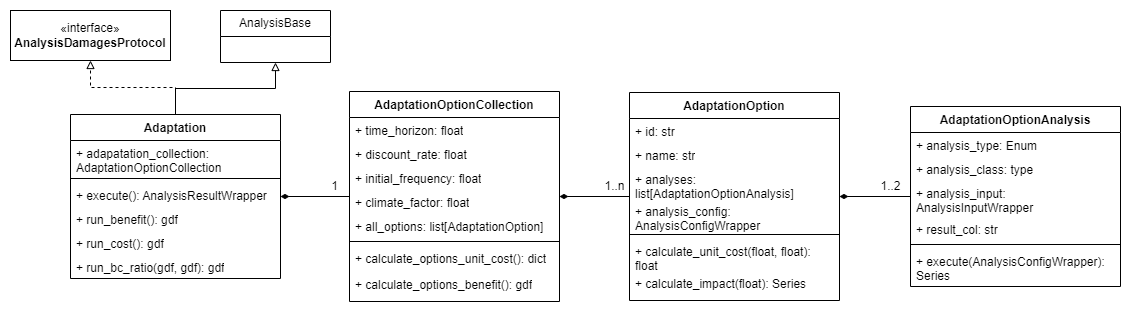
Earlier version of the draw.io export docs/_diagrams/adaptation_class.drawio.png (Deltares/ra2ce). Source tidied: cells renumbered, new cells last; positions are measured from the earlier drawing's top-left corner, leaving out a move shared by most shapes.
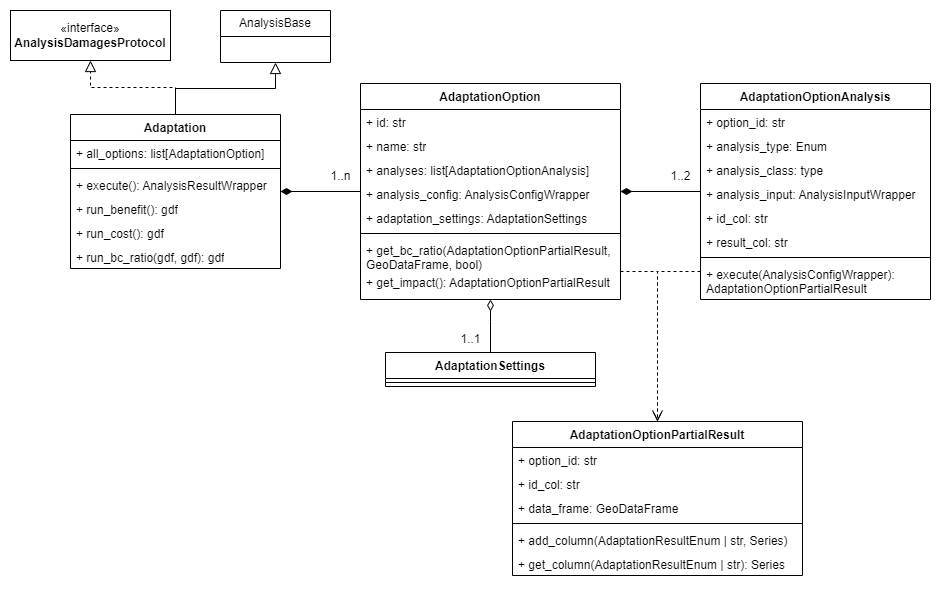
After the change.

Diff of the diagram source:
```diff
@@ -1,123 +1,99 @@
-<mxGraphModel>
+<mxGraphModel background="#ffffff">
   <root>
     <mxCell id="0" />
     <mxCell id="1" parent="0" />
-    <mxCell id="2" style="edgeStyle=orthogonalEdgeStyle;rounded=0;jettySize=auto;html=1;entryX=0.5;entryY=1;entryDx=0;entryDy=0;endArrow=block;endFill=0;" parent="1" edge="1" source="4" target="42">
+    <mxCell id="2" style="edgeStyle=orthogonalEdgeStyle;rounded=0;jettySize=auto;html=1;entryX=0.5;entryY=1;entryDx=0;entryDy=0;endArrow=block;endFill=0;endSize=9;" parent="1" edge="1" source="4" target="42">
       <mxGeometry relative="1" as="geometry" />
     </mxCell>
-    <mxCell id="3" style="edgeStyle=orthogonalEdgeStyle;rounded=0;jettySize=auto;html=1;entryX=0.5;entryY=1;entryDx=0;entryDy=0;dashed=1;endArrow=block;endFill=0;" parent="1" edge="1" source="4" target="41">
+    <mxCell id="3" style="edgeStyle=orthogonalEdgeStyle;rounded=0;jettySize=auto;html=1;entryX=0.5;entryY=1;entryDx=0;entryDy=0;dashed=1;endArrow=block;endFill=0;endSize=9;" parent="1" edge="1" source="4" target="41">
       <mxGeometry relative="1" as="geometry" />
     </mxCell>
     <mxCell id="4" value="Adaptation" style="swimlane;fontStyle=1;align=center;verticalAlign=top;horizontal=1;startSize=26;whiteSpace=wrap;html=1;" parent="1" vertex="1">
-      <mxGeometry x="60" y="104" width="210" height="164" as="geometry" />
+      <mxGeometry x="60" y="104" width="210" height="154" as="geometry" />
     </mxCell>
-    <mxCell id="5" value="+ adapatation_collection: AdaptationOptionCollection" style="text;strokeColor=none;fillColor=none;align=left;verticalAlign=top;spacingLeft=4;spacingRight=4;overflow=hidden;whiteSpace=wrap;html=1;" parent="4" vertex="1">
-      <mxGeometry y="26" width="210" height="34" as="geometry" />
-    </mxCell>
+    <mxCell id="17" value="+ all_options: list[AdaptationOption]" style="text;strokeColor=none;fillColor=none;align=left;verticalAlign=top;spacingLeft=4;spacingRight=4;overflow=hidden;whiteSpace=wrap;html=1;" parent="4" vertex="1">
+      <mxGeometry y="26" width="210" height="24" as="geometry" />
+    </mxCell>
     <mxCell id="6" style="line;strokeWidth=1;fillColor=none;align=left;verticalAlign=middle;spacingTop=-1;spacingLeft=3;spacingRight=3;labelPosition=right;strokeColor=inherit;" parent="4" vertex="1">
-      <mxGeometry y="60" width="210" height="8" as="geometry" />
+      <mxGeometry y="50" width="210" height="8" as="geometry" />
     </mxCell>
     <mxCell id="7" value="+ execute(): AnalysisResultWrapper" style="text;strokeColor=none;fillColor=none;align=left;verticalAlign=top;spacingLeft=4;spacingRight=4;overflow=hidden;whiteSpace=wrap;html=1;" parent="4" vertex="1">
-      <mxGeometry y="68" width="210" height="24" as="geometry" />
+      <mxGeometry y="58" width="210" height="24" as="geometry" />
     </mxCell>
     <mxCell id="8" value="+ run_benefit(): gdf" style="text;strokeColor=none;fillColor=none;align=left;verticalAlign=top;spacingLeft=4;spacingRight=4;overflow=hidden;whiteSpace=wrap;html=1;" parent="4" vertex="1">
-      <mxGeometry y="92" width="210" height="24" as="geometry" />
+      <mxGeometry y="82" width="210" height="24" as="geometry" />
     </mxCell>
     <mxCell id="9" value="+ run_cost(): gdf" style="text;strokeColor=none;fillColor=none;align=left;verticalAlign=top;spacingLeft=4;spacingRight=4;overflow=hidden;whiteSpace=wrap;html=1;" parent="4" vertex="1">
-      <mxGeometry y="116" width="210" height="24" as="geometry" />
+      <mxGeometry y="106" width="210" height="24" as="geometry" />
     </mxCell>
     <mxCell id="10" value="+ run_bc_ratio(gdf, gdf): gdf" style="text;strokeColor=none;fillColor=none;align=left;verticalAlign=top;spacingLeft=4;spacingRight=4;overflow=hidden;whiteSpace=wrap;html=1;" parent="4" vertex="1">
-      <mxGeometry y="140" width="210" height="24" as="geometry" />
+      <mxGeometry y="130" width="210" height="24" as="geometry" />
     </mxCell>
-    <mxCell id="11" style="edgeStyle=orthogonalEdgeStyle;rounded=0;jettySize=auto;html=1;endArrow=diamondThin;endFill=1;" parent="1" edge="1" source="12" target="4">
-      <mxGeometry relative="1" as="geometry" />
-    </mxCell>
-    <mxCell id="12" value="AdaptationOptionCollection" style="swimlane;fontStyle=1;align=center;verticalAlign=top;horizontal=1;startSize=26;whiteSpace=wrap;html=1;" parent="1" vertex="1">
-      <mxGeometry x="339" y="81" width="210" height="210" as="geometry" />
-    </mxCell>
-    <mxCell id="13" value="+ time_horizon: float" style="text;strokeColor=none;fillColor=none;align=left;verticalAlign=top;spacingLeft=4;spacingRight=4;overflow=hidden;whiteSpace=wrap;html=1;" parent="12" vertex="1">
-      <mxGeometry y="26" width="210" height="24" as="geometry" />
-    </mxCell>
-    <mxCell id="14" value="+ discount_rate: float" style="text;strokeColor=none;fillColor=none;align=left;verticalAlign=top;spacingLeft=4;spacingRight=4;overflow=hidden;whiteSpace=wrap;html=1;" parent="12" vertex="1">
-      <mxGeometry y="50" width="210" height="24" as="geometry" />
-    </mxCell>
-    <mxCell id="15" value="+ initial_frequency: float" style="text;strokeColor=none;fillColor=none;align=left;verticalAlign=top;spacingLeft=4;spacingRight=4;overflow=hidden;whiteSpace=wrap;html=1;" parent="12" vertex="1">
-      <mxGeometry y="74" width="210" height="24" as="geometry" />
-    </mxCell>
-    <mxCell id="16" value="+ climate_factor: float" style="text;strokeColor=none;fillColor=none;align=left;verticalAlign=top;spacingLeft=4;spacingRight=4;overflow=hidden;whiteSpace=wrap;html=1;" parent="12" vertex="1">
-      <mxGeometry y="98" width="210" height="24" as="geometry" />
-    </mxCell>
-    <mxCell id="17" value="+ all_options: list[AdaptationOption]" style="text;strokeColor=none;fillColor=none;align=left;verticalAlign=top;spacingLeft=4;spacingRight=4;overflow=hidden;whiteSpace=wrap;html=1;" parent="12" vertex="1">
-      <mxGeometry y="122" width="210" height="24" as="geometry" />
-    </mxCell>
-    <mxCell id="18" style="line;strokeWidth=1;fillColor=none;align=left;verticalAlign=middle;spacingTop=-1;spacingLeft=3;spacingRight=3;labelPosition=right;strokeColor=inherit;" parent="12" vertex="1">
-      <mxGeometry y="146" width="210" height="8" as="geometry" />
-    </mxCell>
-    <mxCell id="19" value="+ calculate_options_unit_cost(): dict" style="text;strokeColor=none;fillColor=none;align=left;verticalAlign=top;spacingLeft=4;spacingRight=4;overflow=hidden;whiteSpace=wrap;html=1;" parent="12" vertex="1">
-      <mxGeometry y="154" width="210" height="26" as="geometry" />
-    </mxCell>
-    <mxCell id="20" value="+ calculate_options_benefit(): gdf" style="text;strokeColor=none;fillColor=none;align=left;verticalAlign=top;spacingLeft=4;spacingRight=4;overflow=hidden;whiteSpace=wrap;html=1;" parent="12" vertex="1">
-      <mxGeometry y="180" width="210" height="30" as="geometry" />
-    </mxCell>
     <mxCell id="21" value="AdaptationOption" style="swimlane;fontStyle=1;align=center;verticalAlign=top;horizontal=1;startSize=26;whiteSpace=wrap;html=1;" parent="1" vertex="1">
-      <mxGeometry x="619" y="82" width="210" height="208" as="geometry" />
+      <mxGeometry x="350" y="73" width="260" height="216" as="geometry" />
     </mxCell>
     <mxCell id="22" value="+ id: str" style="text;strokeColor=none;fillColor=none;align=left;verticalAlign=top;spacingLeft=4;spacingRight=4;overflow=hidden;whiteSpace=wrap;html=1;" parent="21" vertex="1">
-      <mxGeometry y="26" width="210" height="24" as="geometry" />
+      <mxGeometry y="26" width="260" height="24" as="geometry" />
     </mxCell>
     <mxCell id="23" value="+ name: str" style="text;strokeColor=none;fillColor=none;align=left;verticalAlign=top;spacingLeft=4;spacingRight=4;overflow=hidden;whiteSpace=wrap;html=1;" parent="21" vertex="1">
-      <mxGeometry y="50" width="210" height="24" as="geometry" />
+      <mxGeometry y="50" width="260" height="24" as="geometry" />
     </mxCell>
     <mxCell id="24" value="+ analyses: list[AdaptationOptionAnalysis]" style="text;strokeColor=none;fillColor=none;align=left;verticalAlign=top;spacingLeft=4;spacingRight=4;overflow=hidden;whiteSpace=wrap;html=1;" parent="21" vertex="1">
-      <mxGeometry y="74" width="210" height="32" as="geometry" />
+      <mxGeometry y="74" width="260" height="24" as="geometry" />
     </mxCell>
     <mxCell id="25" value="+ analysis_config: AnalysisConfigWrapper" style="text;strokeColor=none;fillColor=none;align=left;verticalAlign=top;spacingLeft=4;spacingRight=4;overflow=hidden;whiteSpace=wrap;html=1;" parent="21" vertex="1">
-      <mxGeometry y="106" width="210" height="32" as="geometry" />
+      <mxGeometry y="98" width="260" height="24" as="geometry" />
     </mxCell>
+    <mxCell id="43" value="+ adaptation_settings: AdaptationSettings" style="text;strokeColor=none;fillColor=none;align=left;verticalAlign=top;spacingLeft=4;spacingRight=4;overflow=hidden;whiteSpace=wrap;html=1;" parent="21" vertex="1">
+      <mxGeometry y="122" width="260" height="24" as="geometry" />
+    </mxCell>
     <mxCell id="26" style="line;strokeWidth=1;fillColor=none;align=left;verticalAlign=middle;spacingTop=-1;spacingLeft=3;spacingRight=3;labelPosition=right;strokeColor=inherit;" parent="21" vertex="1">
-      <mxGeometry y="138" width="210" height="8" as="geometry" />
+      <mxGeometry y="146" width="260" height="8" as="geometry" />
     </mxCell>
-    <mxCell id="27" value="+ calculate_unit_cost(float, float): float" style="text;strokeColor=none;fillColor=none;align=left;verticalAlign=top;spacingLeft=4;spacingRight=4;overflow=hidden;whiteSpace=wrap;html=1;" parent="21" vertex="1">
-      <mxGeometry y="146" width="210" height="32" as="geometry" />
-    </mxCell>
-    <mxCell id="28" value="+ calculate_impact(float): Series" style="text;strokeColor=none;fillColor=none;align=left;verticalAlign=top;spacingLeft=4;spacingRight=4;overflow=hidden;whiteSpace=wrap;html=1;" parent="21" vertex="1">
-      <mxGeometry y="178" width="210" height="30" as="geometry" />
+    <mxCell id="28" value="+ get_bc_ratio(AdaptationOptionPartialResult, GeoDataFrame, bool)" style="text;strokeColor=none;fillColor=none;align=left;verticalAlign=top;spacingLeft=4;spacingRight=4;overflow=hidden;html=1;whiteSpace=wrap;" parent="21" vertex="1">
+      <mxGeometry y="154" width="260" height="32" as="geometry" />
     </mxCell>
+    <mxCell id="44" value="+ get_impact(): AdaptationOptionPartialResult" style="text;strokeColor=none;fillColor=none;align=left;verticalAlign=top;spacingLeft=4;spacingRight=4;overflow=hidden;points=[[0,0.5],[1,0.5]];portConstraint=eastwest;whiteSpace=wrap;html=1;" parent="21" vertex="1">
+      <mxGeometry y="186" width="260" height="30" as="geometry" />
+    </mxCell>
     <mxCell id="29" value="AdaptationOptionAnalysis" style="swimlane;fontStyle=1;align=center;verticalAlign=top;horizontal=1;startSize=26;whiteSpace=wrap;html=1;" parent="1" vertex="1">
-      <mxGeometry x="900" y="96" width="210" height="180" as="geometry" />
+      <mxGeometry x="690" y="73" width="230" height="216" as="geometry" />
     </mxCell>
+    <mxCell id="45" value="+ option_id: str" style="text;strokeColor=none;fillColor=none;align=left;verticalAlign=top;spacingLeft=4;spacingRight=4;overflow=hidden;whiteSpace=wrap;html=1;" parent="29" vertex="1">
+      <mxGeometry y="26" width="230" height="24" as="geometry" />
+    </mxCell>
     <mxCell id="30" value="+ analysis_type: Enum" style="text;strokeColor=none;fillColor=none;align=left;verticalAlign=top;spacingLeft=4;spacingRight=4;overflow=hidden;whiteSpace=wrap;html=1;" parent="29" vertex="1">
-      <mxGeometry y="26" width="210" height="24" as="geometry" />
+      <mxGeometry y="50" width="230" height="24" as="geometry" />
     </mxCell>
     <mxCell id="31" value="+ analysis_class: type" style="text;strokeColor=none;fillColor=none;align=left;verticalAlign=top;spacingLeft=4;spacingRight=4;overflow=hidden;whiteSpace=wrap;html=1;" parent="29" vertex="1">
-      <mxGeometry y="50" width="210" height="24" as="geometry" />
+      <mxGeometry y="74" width="230" height="24" as="geometry" />
     </mxCell>
     <mxCell id="32" value="+ analysis_input: AnalysisInputWrapper" style="text;strokeColor=none;fillColor=none;align=left;verticalAlign=top;spacingLeft=4;spacingRight=4;overflow=hidden;whiteSpace=wrap;html=1;" parent="29" vertex="1">
-      <mxGeometry y="74" width="210" height="36" as="geometry" />
+      <mxGeometry y="98" width="230" height="24" as="geometry" />
     </mxCell>
-    <mxCell id="33" value="+ result_col: str" style="text;strokeColor=none;fillColor=none;align=left;verticalAlign=top;spacingLeft=4;spacingRight=4;overflow=hidden;whiteSpace=wrap;html=1;" parent="29" vertex="1">
-      <mxGeometry y="110" width="210" height="24" as="geometry" />
+    <mxCell id="33" value="+ id_col: str" style="text;strokeColor=none;fillColor=none;align=left;verticalAlign=top;spacingLeft=4;spacingRight=4;overflow=hidden;whiteSpace=wrap;html=1;" parent="29" vertex="1">
+      <mxGeometry y="122" width="230" height="24" as="geometry" />
     </mxCell>
+    <mxCell id="46" value="+ result_col: str" style="text;strokeColor=none;fillColor=none;align=left;verticalAlign=top;spacingLeft=4;spacingRight=4;overflow=hidden;whiteSpace=wrap;html=1;" parent="29" vertex="1">
+      <mxGeometry y="146" width="230" height="24" as="geometry" />
+    </mxCell>
     <mxCell id="34" style="line;strokeWidth=1;fillColor=none;align=left;verticalAlign=middle;spacingTop=-1;spacingLeft=3;spacingRight=3;labelPosition=right;strokeColor=inherit;" parent="29" vertex="1">
-      <mxGeometry y="134" width="210" height="8" as="geometry" />
+      <mxGeometry y="170" width="230" height="8" as="geometry" />
     </mxCell>
-    <mxCell id="35" value="+ execute(AnalysisConfigWrapper): Series" style="text;strokeColor=none;fillColor=none;align=left;verticalAlign=top;spacingLeft=4;spacingRight=4;overflow=hidden;points=[[0,0.5],[1,0.5]];portConstraint=eastwest;whiteSpace=wrap;html=1;" parent="29" vertex="1">
-      <mxGeometry y="142" width="210" height="38" as="geometry" />
+    <mxCell id="35" value="+ execute(AnalysisConfigWrapper): AdaptationOptionPartialResult" style="text;strokeColor=none;fillColor=none;align=left;verticalAlign=top;spacingLeft=4;spacingRight=4;overflow=hidden;points=[[0,0.5],[1,0.5]];portConstraint=eastwest;whiteSpace=wrap;html=1;" parent="29" vertex="1">
+      <mxGeometry y="178" width="230" height="38" as="geometry" />
     </mxCell>
-    <mxCell id="36" style="edgeStyle=orthogonalEdgeStyle;rounded=0;jettySize=auto;html=1;endArrow=diamondThin;endFill=1;" parent="1" edge="1" source="21" target="12">
+    <mxCell id="36" style="edgeStyle=orthogonalEdgeStyle;rounded=0;jettySize=auto;html=1;endArrow=diamondThin;endFill=1;endSize=9;startSize=9;" parent="1" edge="1" source="21" target="4">
       <mxGeometry relative="1" as="geometry" />
     </mxCell>
-    <mxCell id="37" style="edgeStyle=orthogonalEdgeStyle;rounded=0;jettySize=auto;html=1;endArrow=diamondThin;endFill=1;" parent="1" edge="1" source="29" target="21">
+    <mxCell id="37" style="edgeStyle=orthogonalEdgeStyle;rounded=0;jettySize=auto;html=1;endArrow=diamondThin;endFill=1;endSize=9;startSize=9;" parent="1" edge="1" source="29" target="21">
       <mxGeometry relative="1" as="geometry" />
     </mxCell>
-    <mxCell id="38" value="1" style="text;html=1;align=center;verticalAlign=middle;strokeColor=none;fillColor=none;" parent="1" vertex="1">
-      <mxGeometry x="309" y="161" width="30" height="30" as="geometry" />
-    </mxCell>
     <mxCell id="39" value="1..n" style="text;html=1;align=center;verticalAlign=middle;strokeColor=none;fillColor=none;" parent="1" vertex="1">
-      <mxGeometry x="584" y="161" width="40" height="30" as="geometry" />
+      <mxGeometry x="310" y="151" width="40" height="30" as="geometry" />
     </mxCell>
     <mxCell id="40" value="1..2" style="text;html=1;align=center;verticalAlign=middle;strokeColor=none;fillColor=none;" parent="1" vertex="1">
-      <mxGeometry x="860" y="161" width="40" height="30" as="geometry" />
+      <mxGeometry x="650" y="151" width="40" height="30" as="geometry" />
     </mxCell>
     <mxCell id="41" value="«interface»&lt;br&gt;&lt;b&gt;AnalysisDamagesProtocol&lt;/b&gt;" style="html=1;whiteSpace=wrap;" parent="1" vertex="1">
       <mxGeometry width="160" height="50" as="geometry" />
@@ -125,5 +101,57 @@
     <mxCell id="42" value="AnalysisBase" style="swimlane;fontStyle=0;horizontal=1;startSize=26;fillColor=none;whiteSpace=wrap;html=1;" parent="1" vertex="1">
       <mxGeometry x="210" width="110" height="52" as="geometry" />
     </mxCell>
+    <mxCell id="47" value="AdaptationOptionPartialResult" style="swimlane;fontStyle=1;align=center;verticalAlign=top;horizontal=1;startSize=26;whiteSpace=wrap;html=1;" parent="1" vertex="1">
+      <mxGeometry x="502" y="411" width="290" height="154" as="geometry" />
+    </mxCell>
+    <mxCell id="48" value="+ option_id: str&lt;span style=&quot;white-space: pre;&quot;&gt;&#9;&lt;/span&gt;" style="text;strokeColor=none;fillColor=none;align=left;verticalAlign=top;spacingLeft=4;spacingRight=4;overflow=hidden;whiteSpace=wrap;html=1;" parent="47" vertex="1">
+      <mxGeometry y="26" width="290" height="24" as="geometry" />
+    </mxCell>
+    <mxCell id="49" value="+ id_col: str" style="text;strokeColor=none;fillColor=none;align=left;verticalAlign=top;spacingLeft=4;spacingRight=4;overflow=hidden;whiteSpace=wrap;html=1;" parent="47" vertex="1">
+      <mxGeometry y="50" width="290" height="24" as="geometry" />
+    </mxCell>
+    <mxCell id="50" value="+ data_frame: GeoDataFrame" style="text;strokeColor=none;fillColor=none;align=left;verticalAlign=top;spacingLeft=4;spacingRight=4;overflow=hidden;whiteSpace=wrap;html=1;" parent="47" vertex="1">
+      <mxGeometry y="74" width="290" height="24" as="geometry" />
+    </mxCell>
+    <mxCell id="51" style="line;strokeWidth=1;fillColor=none;align=left;verticalAlign=middle;spacingTop=-1;spacingLeft=3;spacingRight=3;labelPosition=right;strokeColor=inherit;" parent="47" vertex="1">
+      <mxGeometry y="98" width="290" height="8" as="geometry" />
+    </mxCell>
+    <mxCell id="52" value="+ add_column(AdaptationResultEnum | str, Series)" style="text;strokeColor=none;fillColor=none;align=left;verticalAlign=top;spacingLeft=4;spacingRight=4;overflow=hidden;whiteSpace=wrap;html=1;" parent="47" vertex="1">
+      <mxGeometry y="106" width="290" height="24" as="geometry" />
+    </mxCell>
+    <mxCell id="53" value="+ get_column(AdaptationResultEnum | str): Series" style="text;strokeColor=none;fillColor=none;align=left;verticalAlign=top;spacingLeft=4;spacingRight=4;overflow=hidden;whiteSpace=wrap;html=1;" parent="47" vertex="1">
+      <mxGeometry y="130" width="290" height="24" as="geometry" />
+    </mxCell>
+    <mxCell id="54" style="edgeStyle=orthogonalEdgeStyle;rounded=0;jettySize=auto;html=1;endArrow=diamondThin;endFill=0;endSize=9;startSize=9;" parent="1" edge="1" source="55" target="44">
+      <mxGeometry relative="1" as="geometry">
+        <Array as="points">
+          <mxPoint x="480" y="311" />
+          <mxPoint x="480" y="311" />
+        </Array>
+      </mxGeometry>
+    </mxCell>
+    <mxCell id="55" value="AdaptationSettings" style="swimlane;fontStyle=1;align=center;verticalAlign=top;horizontal=1;startSize=26;whiteSpace=wrap;html=1;" parent="1" vertex="1">
+      <mxGeometry x="375" y="342" width="210" height="34" as="geometry" />
+    </mxCell>
+    <mxCell id="56" style="line;strokeWidth=1;fillColor=none;align=left;verticalAlign=middle;spacingTop=-1;spacingLeft=3;spacingRight=3;labelPosition=right;strokeColor=inherit;" parent="55" vertex="1">
+      <mxGeometry y="26" width="210" height="8" as="geometry" />
+    </mxCell>
+    <mxCell id="57" value="1..1" style="text;html=1;align=center;verticalAlign=middle;strokeColor=none;fillColor=none;" parent="1" vertex="1">
+      <mxGeometry x="440" y="314" width="40" height="30" as="geometry" />
+    </mxCell>
+    <mxCell id="58" style="edgeStyle=orthogonalEdgeStyle;rounded=0;jettySize=auto;html=1;entryX=0.5;entryY=0;entryDx=0;entryDy=0;dashed=1;endArrow=open;endFill=0;" parent="1" edge="1" source="44" target="47">
+      <mxGeometry relative="1" as="geometry">
+        <Array as="points">
+          <mxPoint x="647" y="261" />
+        </Array>
+      </mxGeometry>
+    </mxCell>
+    <mxCell id="59" style="edgeStyle=orthogonalEdgeStyle;rounded=0;jettySize=auto;html=1;entryX=0.5;entryY=0;entryDx=0;entryDy=0;dashed=1;endArrow=open;endFill=0;endSize=9;startSize=9;" parent="1" edge="1" source="35" target="47">
+      <mxGeometry relative="1" as="geometry">
+        <Array as="points">
+          <mxPoint x="647" y="261" />
+        </Array>
+      </mxGeometry>
+    </mxCell>
   </root>
 </mxGraphModel>
```
